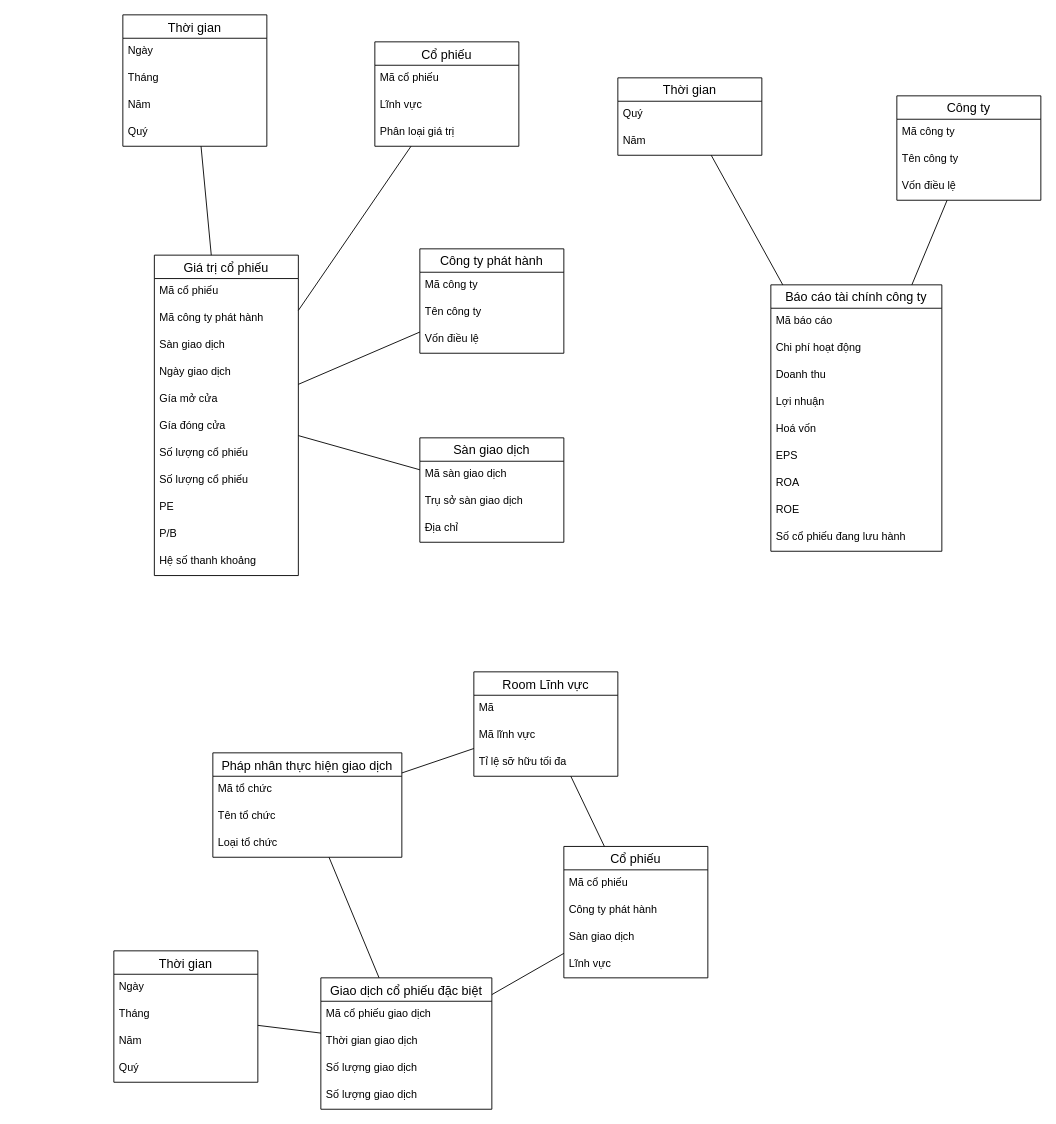
This is BusinessIntelligence/images/DDS.drawio from trandinhlam/master_2nd_semester, a draw.io file, before an edit. Source tidied: cells renumbered, new cells numbered last; positions are measured from the earlier drawing's top-left corner, leaving out a move shared by most shapes. Both pictures are drawn from the tidied source at 90%, with x=0, y=0 at pixel (113, 14).
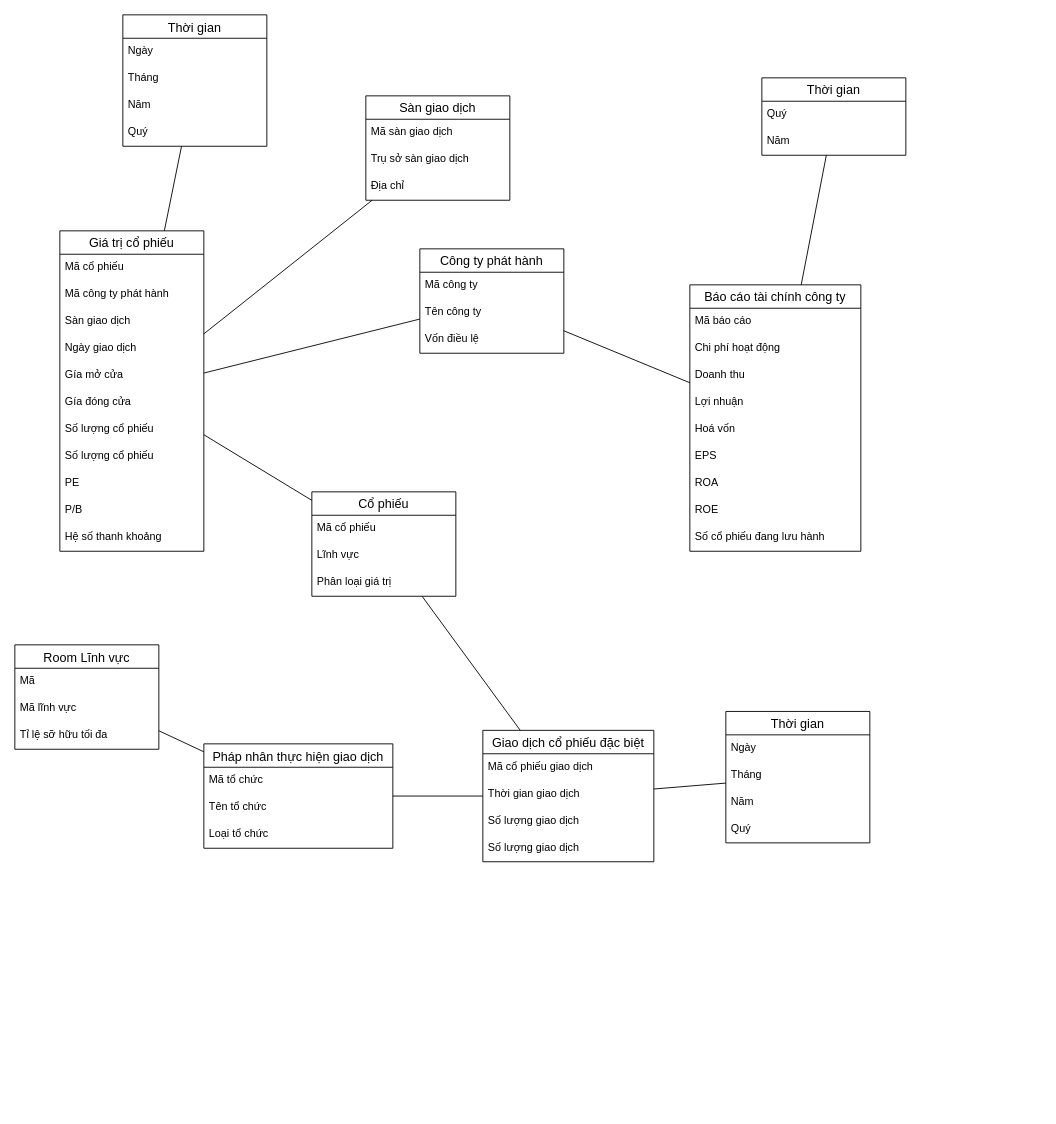
The same page after the edit.

Commit message (it also covers changes not shown here):
convert from start to galaxy

Unchanged cells that the change refers to:
```xml
<mxCell id="64" value="Công ty phát hành" style="swimlane;fontStyle=0;horizontal=1;startSize=26;align=center;fontSize=14;" parent="1" vertex="1">
  <mxGeometry x="340" y="260" width="160" height="116" as="geometry" />
</mxCell>
```

The edit, as a diff of the source:
```diff
@@
     <mxCell id="2" value="Giá trị cổ phiếu" style="swimlane;fontStyle=0;horizontal=1;startSize=26;align=center;fontSize=14;" parent="1" vertex="1">
-      <mxGeometry x="45" y="267" width="160" height="356" as="geometry" />
+      <mxGeometry x="-60" y="240" width="160" height="356" as="geometry" />
     </mxCell>
@@
     <mxCell id="19" value="Cổ phiếu" style="swimlane;fontStyle=0;horizontal=1;startSize=26;align=center;fontSize=14;" parent="1" vertex="1">
-      <mxGeometry x="290" y="30" width="160" height="116" as="geometry" />
+      <mxGeometry x="220" y="530" width="160" height="116" as="geometry" />
     </mxCell>
@@
     <mxCell id="25" value="Giao dịch cổ phiếu đặc biệt" style="swimlane;fontStyle=0;horizontal=1;startSize=26;align=center;fontSize=14;" parent="1" vertex="1">
-      <mxGeometry x="230" y="1070" width="190" height="146" as="geometry" />
+      <mxGeometry x="410" y="795" width="190" height="146" as="geometry" />
     </mxCell>
@@
     <mxCell id="30" value="Pháp nhân thực hiện giao dịch" style="swimlane;fontStyle=0;horizontal=1;startSize=26;align=center;fontSize=14;" parent="1" vertex="1">
-      <mxGeometry x="110" y="820" width="210" height="116" as="geometry" />
+      <mxGeometry x="100" y="810" width="210" height="116" as="geometry" />
     </mxCell>
@@
-    <mxCell id="34" value="Cổ phiếu" style="swimlane;fontStyle=0;horizontal=1;startSize=26;align=center;fontSize=14;" parent="1" vertex="1">
-      <mxGeometry x="500" y="924" width="160" height="146" as="geometry" />
-    </mxCell>
-    <mxCell id="35" value="Mã cổ phiếu" style="text;strokeColor=none;fillColor=none;spacingLeft=4;spacingRight=4;overflow=hidden;fontSize=12;" parent="34" vertex="1">
-      <mxGeometry y="26" width="160" height="30" as="geometry" />
-    </mxCell>
-    <mxCell id="36" value="Công ty phát hành" style="text;strokeColor=none;fillColor=none;spacingLeft=4;spacingRight=4;overflow=hidden;fontSize=12;" parent="34" vertex="1">
-      <mxGeometry y="56" width="160" height="30" as="geometry" />
-    </mxCell>
-    <mxCell id="37" value="Sàn giao dịch" style="text;strokeColor=none;fillColor=none;spacingLeft=4;spacingRight=4;overflow=hidden;fontSize=12;" parent="34" vertex="1">
-      <mxGeometry y="86" width="160" height="30" as="geometry" />
-    </mxCell>
-    <mxCell id="38" value="Lĩnh vực" style="text;strokeColor=none;fillColor=none;spacingLeft=4;spacingRight=4;overflow=hidden;fontSize=12;" parent="34" vertex="1">
-      <mxGeometry y="116" width="160" height="30" as="geometry" />
-    </mxCell>
     <mxCell id="39" value="Thời gian" style="swimlane;fontStyle=0;horizontal=1;startSize=26;align=center;fontSize=14;" parent="1" vertex="1">
-      <mxGeometry y="1040" width="160" height="146" as="geometry" />
+      <mxGeometry x="680" y="774" width="160" height="146" as="geometry" />
     </mxCell>
@@
-    <mxCell id="45" style="endArrow=none;html=1;rounded=0;" parent="1" edge="1" source="25" target="34">
-      <mxGeometry relative="1" as="geometry" />
-    </mxCell>
@@
     <mxCell id="47" value="Báo cáo tài chính công ty" style="swimlane;fontStyle=0;horizontal=1;startSize=26;align=center;fontSize=14;" parent="1" vertex="1">
-      <mxGeometry x="730" y="300" width="190" height="296" as="geometry" />
+      <mxGeometry x="640" y="300" width="190" height="296" as="geometry" />
     </mxCell>
@@
     <mxCell id="57" value="Thời gian" style="swimlane;fontStyle=0;horizontal=1;startSize=26;align=center;fontSize=14;" parent="1" vertex="1">
-      <mxGeometry x="560" y="70" width="160" height="86" as="geometry" />
+      <mxGeometry x="720" y="70" width="160" height="86" as="geometry" />
     </mxCell>
@@
-    <mxCell id="60" value="Công ty" style="swimlane;fontStyle=0;horizontal=1;startSize=26;align=center;fontSize=14;" parent="1" vertex="1">
-      <mxGeometry x="870" y="90" width="160" height="116" as="geometry" />
-    </mxCell>
-    <mxCell id="61" value="Mã công ty" style="text;strokeColor=none;fillColor=none;spacingLeft=4;spacingRight=4;overflow=hidden;fontSize=12;" parent="60" vertex="1">
-      <mxGeometry y="26" width="160" height="30" as="geometry" />
-    </mxCell>
-    <mxCell id="62" value="Tên công ty" style="text;strokeColor=none;fillColor=none;spacingLeft=4;spacingRight=4;overflow=hidden;fontSize=12;" parent="60" vertex="1">
-      <mxGeometry y="56" width="160" height="30" as="geometry" />
-    </mxCell>
-    <mxCell id="63" value="Vốn điều lệ" style="text;strokeColor=none;fillColor=none;spacingLeft=4;spacingRight=4;overflow=hidden;fontSize=12;" parent="60" vertex="1">
-      <mxGeometry y="86" width="160" height="30" as="geometry" />
-    </mxCell>
@@
-    <mxCell id="70" style="endArrow=none;html=1;rounded=0;" parent="1" edge="1" source="60" target="47">
+    <mxCell id="70" style="endArrow=none;html=1;rounded=0;" parent="1" edge="1" source="64" target="47">
       <mxGeometry relative="1" as="geometry" />
     </mxCell>
     <mxCell id="71" value="Sàn giao dịch" style="swimlane;fontStyle=0;horizontal=1;startSize=26;align=center;fontSize=14;" parent="1" vertex="1">
-      <mxGeometry x="340" y="470" width="160" height="116" as="geometry" />
+      <mxGeometry x="280" y="90" width="160" height="116" as="geometry" />
     </mxCell>
@@
     <mxCell id="76" value="Room Lĩnh vực" style="swimlane;fontStyle=0;horizontal=1;startSize=26;align=center;fontSize=14;" parent="1" vertex="1">
-      <mxGeometry x="400" y="730" width="160" height="116" as="geometry" />
+      <mxGeometry x="-110" y="700" width="160" height="116" as="geometry" />
     </mxCell>
@@
-    <mxCell id="81" style="endArrow=none;html=1;rounded=0;" parent="1" edge="1" source="76" target="34">
-      <mxGeometry relative="1" as="geometry" />
-    </mxCell>
+    <mxCell id="82" style="endArrow=none;html=1;rounded=0;" parent="1" edge="1" source="19" target="25">
+      <mxGeometry relative="1" as="geometry" />
+    </mxCell>
```
